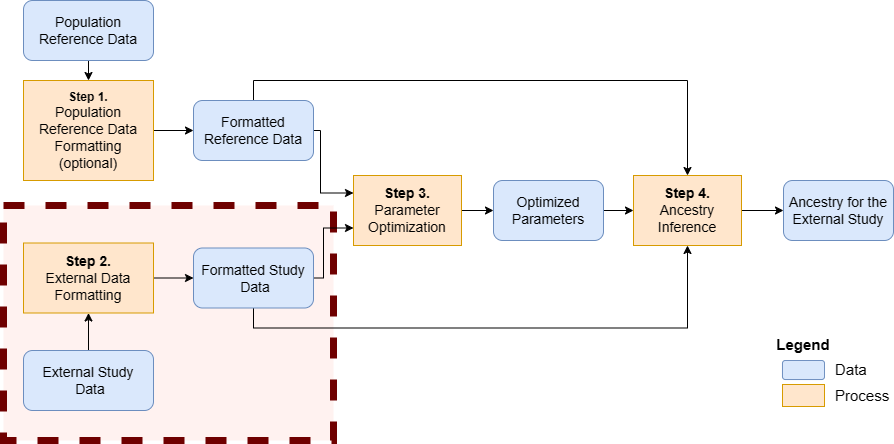
KrasnitzLab/RAIDS keeps this draw.io diagram as vignettes/MainSteps_v03.png. Above is the earlier version. Source tidied: cells renumbered, new cells last; positions are measured from the earlier drawing's top-left corner, leaving out a move shared by most shapes.
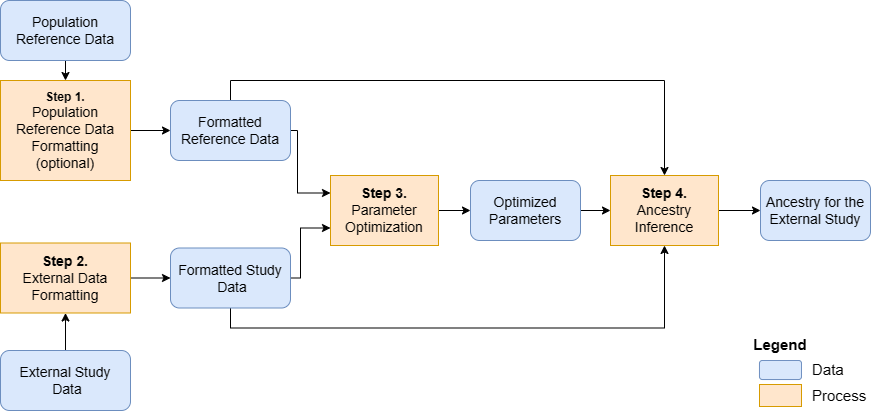
After the commit.

Commit message:
update main steps illustration

What changed in the source:
```diff
@@ -2,9 +2,6 @@
   <root>
     <mxCell id="0" />
     <mxCell id="1" parent="0" />
-    <mxCell id="2" style="rounded=0;whiteSpace=wrap;html=1;fillColor=#FFF2F0;fontColor=#ffffff;strokeColor=#6F0000;strokeWidth=7;dashed=1;gradientColor=none;" parent="1" vertex="1">
-      <mxGeometry y="205" width="330" height="235" as="geometry" />
-    </mxCell>
     <mxCell id="3" style="edgeStyle=orthogonalEdgeStyle;rounded=0;jettySize=auto;html=1;exitX=0.5;exitY=0;exitDx=0;exitDy=0;entryX=0.5;entryY=0;entryDx=0;entryDy=0;fontSize=14;" parent="1" edge="1" source="18" target="23">
       <mxGeometry relative="1" as="geometry" />
     </mxCell>
```
